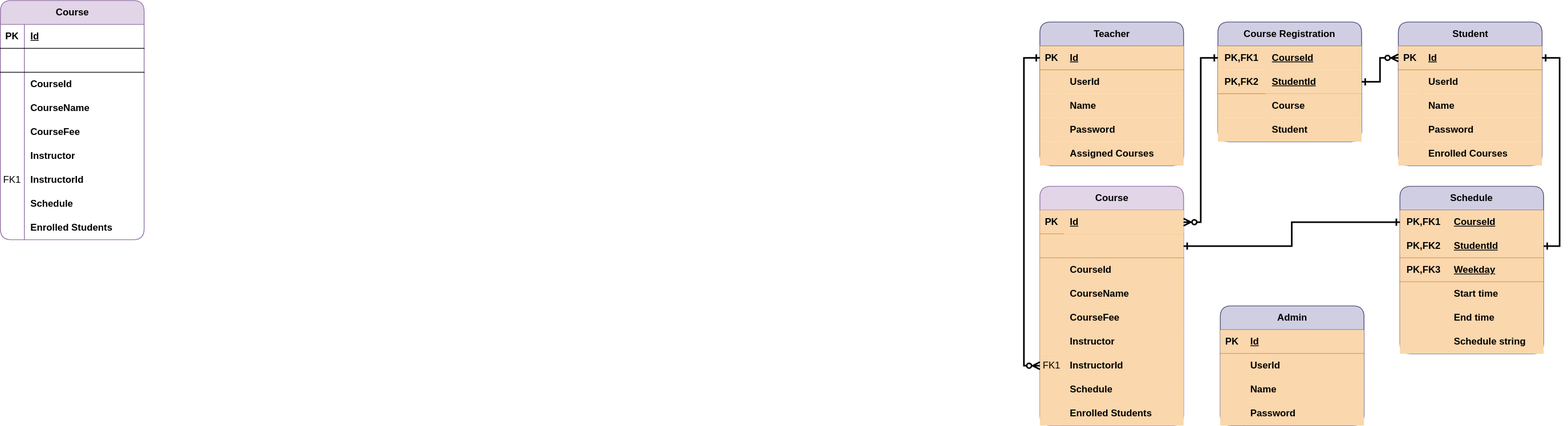
This is demo/CourseManagement_ERD.svg from MohammadRokib/CourseManagement, a draw.io export, as it was before one commit. Source tidied: cells renumbered, new cells last; positions are measured from the earlier drawing's top-left corner, leaving out a move shared by most shapes.
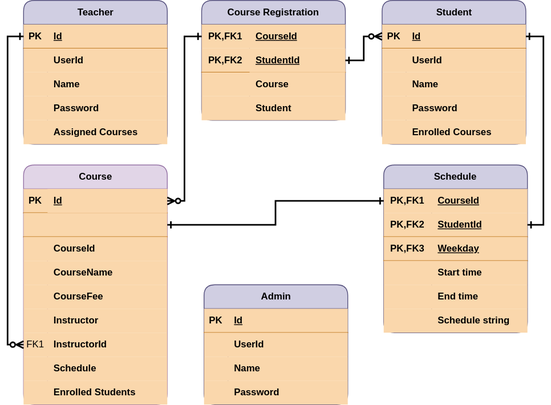
The same diagram one commit later.

The edit, as a diff of the source:
```diff
@@ -332,89 +332,5 @@
     <mxCell id="111" style="edgeStyle=orthogonalEdgeStyle;rounded=0;jettySize=auto;html=1;exitX=1;exitY=0.5;exitDx=0;exitDy=0;entryX=1;entryY=0.5;entryDx=0;entryDy=0;startArrow=ERone;startFill=0;endArrow=ERone;endFill=0;strokeWidth=2;" parent="1" edge="1" source="32" target="95">
       <mxGeometry relative="1" as="geometry" />
     </mxCell>
-    <mxCell id="112" value="Course" style="shape=table;startSize=30;rowLines=0;fontStyle=1;align=center;html=1;rounded=1;fillColor=#e1d5e7;strokeColor=#9673a6;" parent="1" vertex="1">
-      <mxGeometry width="180" height="300" as="geometry" />
-    </mxCell>
-    <mxCell id="113" style="shape=tableRow;horizontal=0;startSize=0;swimlaneHead=0;swimlaneBody=0;fillColor=none;top=0;left=0;right=0;bottom=1;" parent="112" vertex="1">
-      <mxGeometry y="30" width="180" height="30" as="geometry" />
-    </mxCell>
-    <mxCell id="114" value="PK" style="shape=partialRectangle;fillColor=none;top=0;left=0;bottom=0;right=0;fontStyle=1;overflow=hidden;whiteSpace=wrap;html=1;" parent="113" vertex="1">
-      <mxGeometry width="30" height="30" as="geometry" />
-    </mxCell>
-    <mxCell id="115" value="Id" style="shape=partialRectangle;fillColor=none;top=0;left=0;bottom=0;right=0;align=left;spacingLeft=6;fontStyle=5;overflow=hidden;whiteSpace=wrap;html=1;" parent="113" vertex="1">
-      <mxGeometry x="30" width="150" height="30" as="geometry" />
-    </mxCell>
-    <mxCell id="116" style="shape=tableRow;horizontal=0;startSize=0;swimlaneHead=0;swimlaneBody=0;fillColor=none;top=0;left=0;right=0;bottom=1;" parent="112" vertex="1">
-      <mxGeometry y="60" width="180" height="30" as="geometry" />
-    </mxCell>
-    <mxCell id="117" style="shape=partialRectangle;fillColor=none;top=0;left=0;bottom=0;right=0;fontStyle=1;overflow=hidden;whiteSpace=wrap;html=1;" parent="116" vertex="1">
-      <mxGeometry width="30" height="30" as="geometry" />
-    </mxCell>
-    <mxCell id="118" style="shape=partialRectangle;fillColor=none;top=0;left=0;bottom=0;right=0;align=left;spacingLeft=6;fontStyle=5;overflow=hidden;whiteSpace=wrap;html=1;" parent="116" vertex="1">
-      <mxGeometry x="30" width="150" height="30" as="geometry" />
-    </mxCell>
-    <mxCell id="119" style="shape=tableRow;horizontal=0;startSize=0;swimlaneHead=0;swimlaneBody=0;fillColor=none;top=0;left=0;right=0;bottom=0;" parent="112" vertex="1">
-      <mxGeometry y="90" width="180" height="30" as="geometry" />
-    </mxCell>
-    <mxCell id="120" style="shape=partialRectangle;fillColor=none;top=0;left=0;bottom=0;right=0;overflow=hidden;whiteSpace=wrap;html=1;" parent="119" vertex="1">
-      <mxGeometry width="30" height="30" as="geometry" />
-    </mxCell>
-    <mxCell id="121" value="&lt;b&gt;CourseId&lt;/b&gt;" style="shape=partialRectangle;fillColor=none;top=0;left=0;bottom=0;right=0;align=left;spacingLeft=6;overflow=hidden;whiteSpace=wrap;html=1;" parent="119" vertex="1">
-      <mxGeometry x="30" width="150" height="30" as="geometry" />
-    </mxCell>
-    <mxCell id="122" style="shape=tableRow;horizontal=0;startSize=0;swimlaneHead=0;swimlaneBody=0;fillColor=none;top=0;left=0;right=0;bottom=0;" parent="112" vertex="1">
-      <mxGeometry y="120" width="180" height="30" as="geometry" />
-    </mxCell>
-    <mxCell id="123" style="shape=partialRectangle;fillColor=none;top=0;left=0;bottom=0;right=0;overflow=hidden;whiteSpace=wrap;html=1;" parent="122" vertex="1">
-      <mxGeometry width="30" height="30" as="geometry" />
-    </mxCell>
-    <mxCell id="124" value="&lt;b&gt;CourseName&lt;/b&gt;" style="shape=partialRectangle;fillColor=none;top=0;left=0;bottom=0;right=0;align=left;spacingLeft=6;overflow=hidden;whiteSpace=wrap;html=1;" parent="122" vertex="1">
-      <mxGeometry x="30" width="150" height="30" as="geometry" />
-    </mxCell>
-    <mxCell id="125" style="shape=tableRow;horizontal=0;startSize=0;swimlaneHead=0;swimlaneBody=0;fillColor=none;top=0;left=0;right=0;bottom=0;fontStyle=1;" parent="112" vertex="1">
-      <mxGeometry y="150" width="180" height="30" as="geometry" />
-    </mxCell>
-    <mxCell id="126" style="shape=partialRectangle;fillColor=none;top=0;left=0;bottom=0;right=0;overflow=hidden;whiteSpace=wrap;html=1;" parent="125" vertex="1">
-      <mxGeometry width="30" height="30" as="geometry" />
-    </mxCell>
-    <mxCell id="127" value="CourseFee" style="shape=partialRectangle;fillColor=none;top=0;left=0;bottom=0;right=0;align=left;spacingLeft=6;overflow=hidden;whiteSpace=wrap;html=1;fontStyle=1;" parent="125" vertex="1">
-      <mxGeometry x="30" width="150" height="30" as="geometry" />
-    </mxCell>
-    <mxCell id="128" style="shape=tableRow;horizontal=0;startSize=0;swimlaneHead=0;swimlaneBody=0;fillColor=none;top=0;left=0;right=0;bottom=0;fontStyle=1;" parent="112" vertex="1">
-      <mxGeometry y="180" width="180" height="30" as="geometry" />
-    </mxCell>
-    <mxCell id="129" style="shape=partialRectangle;fillColor=none;top=0;left=0;bottom=0;right=0;overflow=hidden;whiteSpace=wrap;html=1;" parent="128" vertex="1">
-      <mxGeometry width="30" height="30" as="geometry" />
-    </mxCell>
-    <mxCell id="130" value="&lt;b&gt;Instructor&lt;/b&gt;" style="shape=partialRectangle;fillColor=none;top=0;left=0;bottom=0;right=0;align=left;spacingLeft=6;overflow=hidden;whiteSpace=wrap;html=1;" parent="128" vertex="1">
-      <mxGeometry x="30" width="150" height="30" as="geometry" />
-    </mxCell>
-    <mxCell id="131" style="shape=tableRow;horizontal=0;startSize=0;swimlaneHead=0;swimlaneBody=0;fillColor=none;top=0;left=0;right=0;bottom=0;fontStyle=1;" parent="112" vertex="1">
-      <mxGeometry y="210" width="180" height="30" as="geometry" />
-    </mxCell>
-    <mxCell id="132" value="FK1" style="shape=partialRectangle;fillColor=none;top=0;left=0;bottom=0;right=0;overflow=hidden;whiteSpace=wrap;html=1;" parent="131" vertex="1">
-      <mxGeometry width="30" height="30" as="geometry" />
-    </mxCell>
-    <mxCell id="133" value="&lt;b&gt;InstructorId&lt;/b&gt;" style="shape=partialRectangle;fillColor=none;top=0;left=0;bottom=0;right=0;align=left;spacingLeft=6;overflow=hidden;whiteSpace=wrap;html=1;" parent="131" vertex="1">
-      <mxGeometry x="30" width="150" height="30" as="geometry" />
-    </mxCell>
-    <mxCell id="134" style="shape=tableRow;horizontal=0;startSize=0;swimlaneHead=0;swimlaneBody=0;fillColor=none;top=0;left=0;right=0;bottom=0;fontStyle=1;" parent="112" vertex="1">
-      <mxGeometry y="240" width="180" height="30" as="geometry" />
-    </mxCell>
-    <mxCell id="135" style="shape=partialRectangle;fillColor=none;top=0;left=0;bottom=0;right=0;overflow=hidden;whiteSpace=wrap;html=1;" parent="134" vertex="1">
-      <mxGeometry width="30" height="30" as="geometry" />
-    </mxCell>
-    <mxCell id="136" value="&lt;b&gt;Schedule&lt;/b&gt;" style="shape=partialRectangle;fillColor=none;top=0;left=0;bottom=0;right=0;align=left;spacingLeft=6;overflow=hidden;whiteSpace=wrap;html=1;" parent="134" vertex="1">
-      <mxGeometry x="30" width="150" height="30" as="geometry" />
-    </mxCell>
-    <mxCell id="137" style="shape=tableRow;horizontal=0;startSize=0;swimlaneHead=0;swimlaneBody=0;fillColor=none;top=0;left=0;right=0;bottom=0;fontStyle=1;" parent="112" vertex="1">
-      <mxGeometry y="270" width="180" height="30" as="geometry" />
-    </mxCell>
-    <mxCell id="138" style="shape=partialRectangle;fillColor=none;top=0;left=0;bottom=0;right=0;overflow=hidden;whiteSpace=wrap;html=1;" parent="137" vertex="1">
-      <mxGeometry width="30" height="30" as="geometry" />
-    </mxCell>
-    <mxCell id="139" value="&lt;b&gt;Enrolled Students&lt;/b&gt;" style="shape=partialRectangle;fillColor=none;top=0;left=0;bottom=0;right=0;align=left;spacingLeft=6;overflow=hidden;whiteSpace=wrap;html=1;" parent="137" vertex="1">
-      <mxGeometry x="30" width="150" height="30" as="geometry" />
-    </mxCell>
   </root>
 </mxGraphModel>
```
